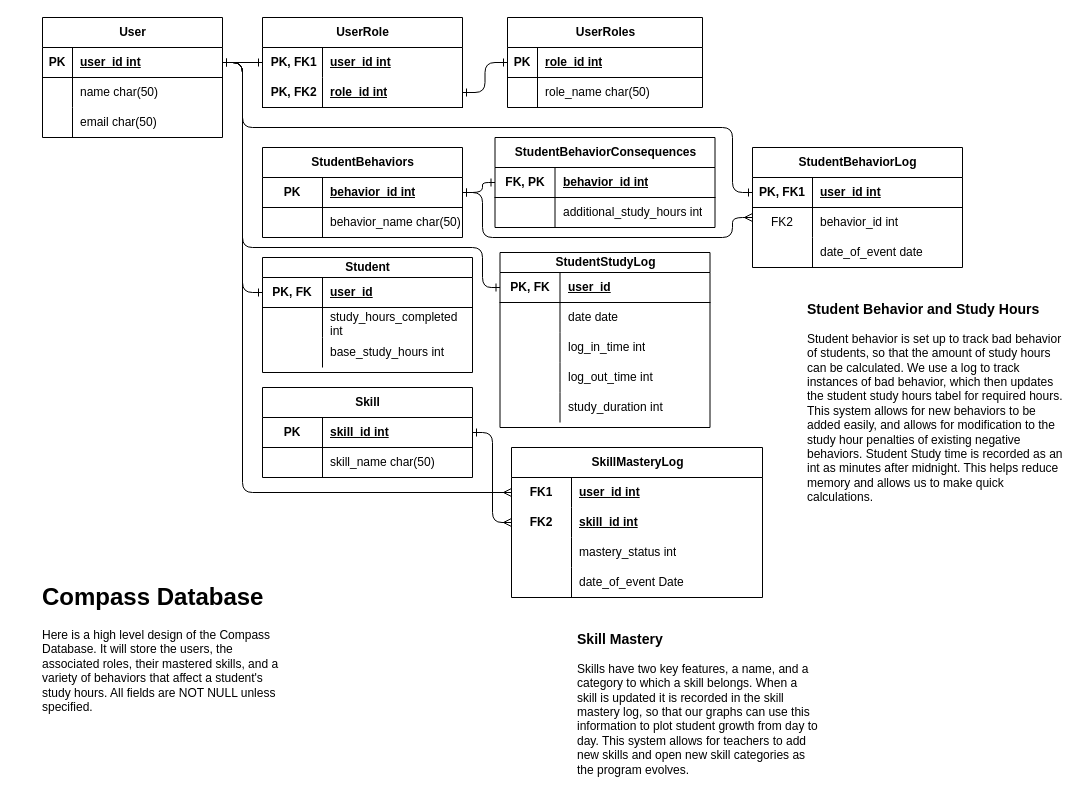
Above: docs/src/DatabaseSchema.drawio in tone-man/CompassApp (draw.io), before the change. Source tidied: cells renumbered, new cells numbered last; positions are measured from the earlier drawing's top-left corner, leaving out a move shared by most shapes. Both pictures are drawn from the tidied source at 100%, with x=0, y=0 at pixel (37, 17).
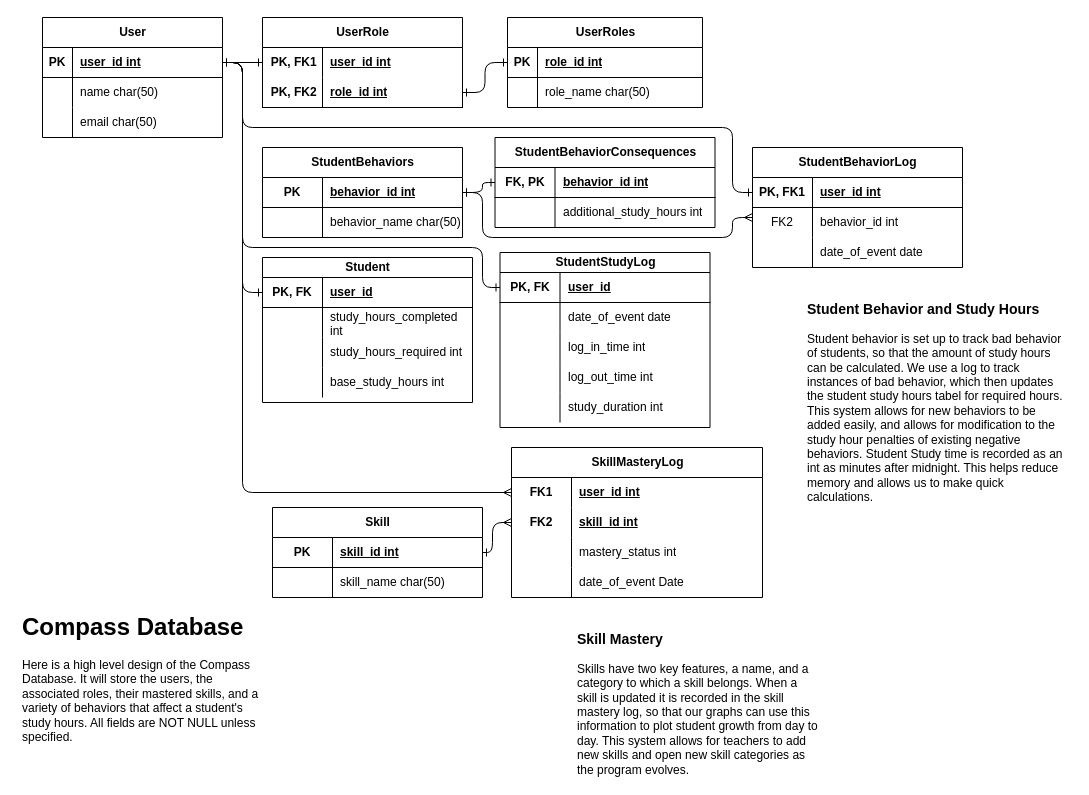
The same page after the edit.

Commit message (it also covers changes not shown here):
Added Students Student Study Logs

Unchanged cells that the change refers to:
```xml
<mxCell id="32" style="shape=tableRow;horizontal=0;startSize=0;swimlaneHead=0;swimlaneBody=0;fillColor=none;top=0;left=0;right=0;bottom=0;" parent="28" vertex="1">
  <mxGeometry y="50" width="210" height="30" as="geometry" />
</mxCell>
<mxCell id="47" style="shape=tableRow;horizontal=0;startSize=0;swimlaneHead=0;swimlaneBody=0;fillColor=none;points=[[0,0.5],[1,0.5]];portConstraint=eastwest;top=0;left=0;right=0;bottom=1;" parent="46" vertex="1">
  <mxGeometry y="30" width="210" height="30" as="geometry" />
</mxCell>
<mxCell id="57" style="shape=tableRow;horizontal=0;startSize=0;swimlaneHead=0;swimlaneBody=0;fillColor=none;points=[[0,0.5],[1,0.5]];portConstraint=eastwest;top=0;left=0;right=0;bottom=0;" parent="53" vertex="1">
  <mxGeometry y="60" width="251" height="30" as="geometry" />
</mxCell>
<mxCell id="104" style="shape=tableRow;horizontal=0;startSize=0;swimlaneHead=0;swimlaneBody=0;fillColor=none;top=0;left=0;right=0;bottom=0;" parent="97" vertex="1">
  <mxGeometry y="80" width="210" height="30" as="geometry" />
</mxCell>
```

What changed in the source:
```diff
@@
-    <mxCell id="34" value="date date" style="shape=partialRectangle;fillColor=none;top=0;left=0;bottom=0;right=0;align=left;spacingLeft=6;overflow=hidden;whiteSpace=wrap;html=1;" parent="32" vertex="1">
+    <mxCell id="34" value="date_of_event date" style="shape=partialRectangle;fillColor=none;top=0;left=0;bottom=0;right=0;align=left;spacingLeft=6;overflow=hidden;whiteSpace=wrap;html=1;" parent="32" vertex="1">
       <mxGeometry x="60" width="150" height="30" as="geometry" />
     </mxCell>
@@
     <mxCell id="46" value="Skill" style="shape=table;startSize=30;childLayout=tableLayout;rowLines=0;fontStyle=1;align=center;html=1;" parent="1" vertex="1">
-      <mxGeometry x="225" y="370" width="210" height="90" as="geometry" />
+      <mxGeometry x="235" y="490" width="210" height="90" as="geometry" />
     </mxCell>
@@
     <mxCell id="66" style="edgeStyle=orthogonalEdgeStyle;rounded=1;jettySize=auto;html=1;exitX=1;exitY=0.5;exitDx=0;exitDy=0;startArrow=ERone;startFill=0;endArrow=ERmany;endFill=0;" parent="1" edge="1" source="47" target="57">
       <mxGeometry relative="1" as="geometry">
         <Array as="points">
-          <mxPoint x="455" y="415" />
+          <mxPoint x="455" y="535" />
           <mxPoint x="455" y="505" />
         </Array>
       </mxGeometry>
     </mxCell>
@@
     <mxCell id="93" value="&lt;h1&gt;Compass Database&lt;/h1&gt;&lt;p&gt;Here is a high level design of the Compass Database. It will store the users, the associated roles, their mastered skills, and a variety of behaviors that affect a student's study hours. All fields are NOT NULL unless specified.&lt;/p&gt;" style="text;html=1;strokeColor=none;fillColor=none;spacing=5;spacingTop=-20;whiteSpace=wrap;overflow=hidden;rounded=0;" parent="1" vertex="1">
-      <mxGeometry y="560" width="245" height="140" as="geometry" />
+      <mxGeometry x="-20" y="590" width="245" height="140" as="geometry" />
     </mxCell>
@@
     <mxCell id="97" value="Student" style="shape=table;startSize=20;childLayout=tableLayout;rowLines=0;fontStyle=1;align=center;html=1;" parent="1" vertex="1">
-      <mxGeometry x="225" y="240" width="210" height="115" as="geometry" />
+      <mxGeometry x="225" y="240" width="210" height="145" as="geometry" />
     </mxCell>
@@
-    <mxCell id="106" value="base_study_hours int  " style="shape=partialRectangle;fillColor=none;top=0;left=0;bottom=0;right=0;align=left;spacingLeft=6;overflow=hidden;whiteSpace=wrap;html=1;" parent="104" vertex="1">
+    <mxCell id="106" value="study_hours_required int  " style="shape=partialRectangle;fillColor=none;top=0;left=0;bottom=0;right=0;align=left;spacingLeft=6;overflow=hidden;whiteSpace=wrap;html=1;" parent="104" vertex="1">
       <mxGeometry x="60" width="150" height="30" as="geometry" />
     </mxCell>
+    <mxCell id="108" style="shape=tableRow;horizontal=0;startSize=0;swimlaneHead=0;swimlaneBody=0;fillColor=none;top=0;left=0;right=0;bottom=0;" parent="97" vertex="1">
+      <mxGeometry y="110" width="210" height="30" as="geometry" />
+    </mxCell>
+    <mxCell id="109" style="shape=partialRectangle;fillColor=none;top=0;left=0;bottom=0;right=0;overflow=hidden;whiteSpace=wrap;html=1;" parent="108" vertex="1">
+      <mxGeometry width="60" height="30" as="geometry" />
+    </mxCell>
+    <mxCell id="110" value="base_study_hours int  " style="shape=partialRectangle;fillColor=none;top=0;left=0;bottom=0;right=0;align=left;spacingLeft=6;overflow=hidden;whiteSpace=wrap;html=1;" parent="108" vertex="1">
+      <mxGeometry x="60" width="150" height="30" as="geometry" />
+    </mxCell>
```
